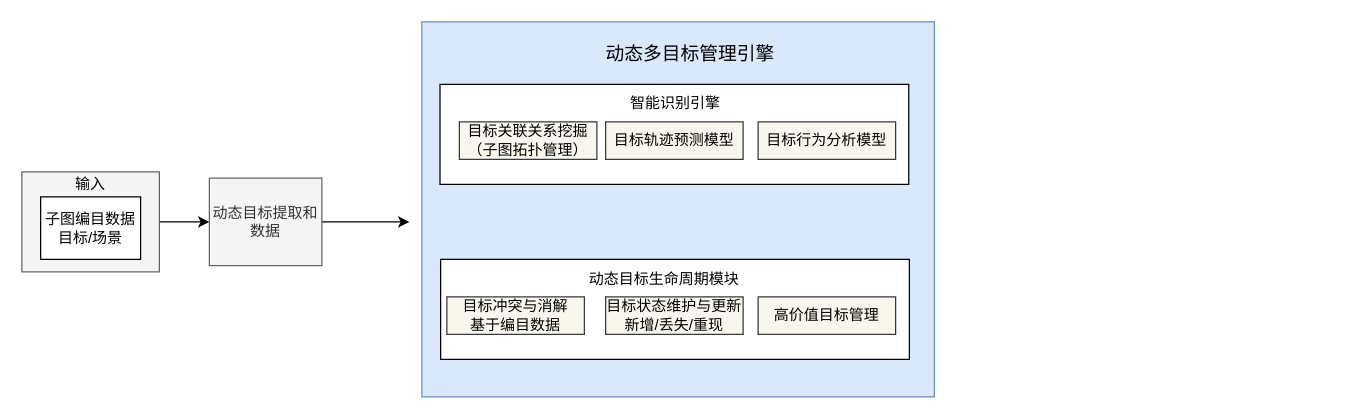
paleblackless/diagrams keeps this draw.io diagram as page "多目标管理模块" (8 of 8) of 态势感知体系图.drawio. Above is the earlier version. Source tidied: cells renumbered, new cells numbered last; positions are measured from the earlier drawing's top-left corner, leaving out a move shared by most shapes. Both pictures are drawn from the tidied source at 125%, with x=0, y=0 at pixel (21, 21).
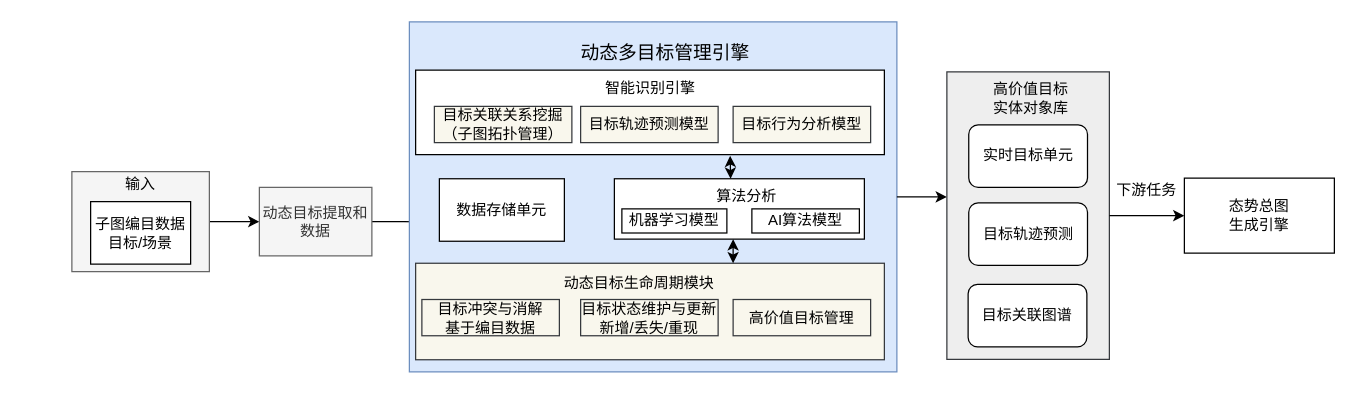
The same diagram, later.

Commit message:
更新态势感知体系图.drawio

Diff of the diagram source:
```diff
@@
     <mxCell id="3" style="rounded=0;whiteSpace=wrap;html=1;fillColor=#f5f5f5;fontColor=#333333;strokeColor=#666666;" parent="1" vertex="1">
-      <mxGeometry y="120" width="110" height="80" as="geometry" />
+      <mxGeometry x="40" y="119.8" width="110" height="80" as="geometry" />
     </mxCell>
     <mxCell id="4" value="子图编目数据&lt;br&gt;目标/场景" style="rounded=0;whiteSpace=wrap;html=1;" parent="1" vertex="1">
-      <mxGeometry x="15" y="140" width="80" height="50" as="geometry" />
+      <mxGeometry x="55" y="143.8" width="80" height="50" as="geometry" />
     </mxCell>
     <mxCell id="5" value="输入" style="text;html=1;whiteSpace=wrap;strokeColor=none;fillColor=none;align=center;verticalAlign=middle;rounded=0;" parent="1" vertex="1">
-      <mxGeometry x="25" y="115" width="60" height="30" as="geometry" />
+      <mxGeometry x="65" y="114.8" width="60" height="30" as="geometry" />
     </mxCell>
     <mxCell id="6" style="edgeStyle=orthogonalEdgeStyle;rounded=0;jettySize=auto;html=1;exitX=1;exitY=0.5;exitDx=0;exitDy=0;" parent="1" edge="1" source="7">
       <mxGeometry relative="1" as="geometry">
-        <mxPoint x="310" y="160" as="targetPoint" />
+        <mxPoint x="330" y="160" as="targetPoint" />
       </mxGeometry>
     </mxCell>
     <mxCell id="7" value="动态目标提取和数据" style="rounded=0;whiteSpace=wrap;html=1;fillColor=#f5f5f5;fontColor=#333333;strokeColor=#666666;" parent="1" vertex="1">
-      <mxGeometry x="150" y="125" width="90" height="70" as="geometry" />
+      <mxGeometry x="190" y="132.4" width="90" height="54.8" as="geometry" />
     </mxCell>
+    <mxCell id="20" style="group;" parent="1" vertex="1">
+      <mxGeometry x="310" width="390" height="280" as="geometry" />
+    </mxCell>
-    <mxCell id="8" style="rounded=0;whiteSpace=wrap;html=1;fillColor=#dae8fc;strokeColor=#6c8ebf;" parent="1" vertex="1">
-      <mxGeometry x="320" width="410" height="300" as="geometry" />
+    <mxCell id="8" style="rounded=0;whiteSpace=wrap;html=1;fillColor=#dae8fc;strokeColor=#6c8ebf;" parent="20" vertex="1">
+      <mxGeometry width="390" height="280" as="geometry" />
     </mxCell>
-    <mxCell id="9" value="&lt;font style=&quot;font-size: 15px;&quot;&gt;动态多目标管理引擎&lt;/font&gt;" style="text;html=1;whiteSpace=wrap;strokeColor=none;fillColor=none;align=center;verticalAlign=middle;rounded=0;" parent="1" vertex="1">
-      <mxGeometry x="460" y="10" width="150" height="30" as="geometry" />
+    <mxCell id="9" value="&lt;font style=&quot;font-size: 15px;&quot;&gt;动态多目标管理引擎&lt;/font&gt;" style="text;html=1;whiteSpace=wrap;strokeColor=none;fillColor=none;align=center;verticalAlign=middle;rounded=0;" parent="20" vertex="1">
+      <mxGeometry x="130" y="9.7" width="150" height="29" as="geometry" />
     </mxCell>
-    <mxCell id="10" style="rounded=0;whiteSpace=wrap;html=1;" parent="1" vertex="1">
-      <mxGeometry x="335" y="190" width="375" height="80" as="geometry" />
+    <mxCell id="10" style="rounded=0;whiteSpace=wrap;html=1;fillColor=#f9f7ed;strokeColor=#36393d;" parent="20" vertex="1">
+      <mxGeometry x="5" y="193.1" width="375" height="77.2" as="geometry" />
     </mxCell>
-    <mxCell id="11" value="目标冲突与消解&lt;br&gt;基于编目数据" style="rounded=0;whiteSpace=wrap;html=1;fillColor=#f9f7ed;strokeColor=#36393d;" parent="1" vertex="1">
-      <mxGeometry x="340" y="220" width="110" height="30" as="geometry" />
+    <mxCell id="11" value="目标冲突与消解&lt;br&gt;基于编目数据" style="rounded=0;whiteSpace=wrap;html=1;fillColor=#f9f7ed;strokeColor=#36393d;" parent="20" vertex="1">
+      <mxGeometry x="10" y="222.1" width="110" height="29" as="geometry" />
     </mxCell>
-    <mxCell id="12" value="目标状态维护与更新&lt;div&gt;新增/丢失/重现&lt;/div&gt;" style="rounded=0;whiteSpace=wrap;html=1;fillColor=#f9f7ed;strokeColor=#36393d;" parent="1" vertex="1">
-      <mxGeometry x="467" y="220" width="110" height="30" as="geometry" />
+    <mxCell id="12" value="目标状态维护与更新&lt;div&gt;新增/丢失/重现&lt;/div&gt;" style="rounded=0;whiteSpace=wrap;html=1;fillColor=#f9f7ed;strokeColor=#36393d;" parent="20" vertex="1">
+      <mxGeometry x="137" y="222.1" width="110" height="29" as="geometry" />
     </mxCell>
-    <mxCell id="13" value="高价值目标管理" style="rounded=0;whiteSpace=wrap;html=1;fillColor=#f9f7ed;strokeColor=#36393d;" parent="1" vertex="1">
-      <mxGeometry x="589" y="220" width="110" height="30" as="geometry" />
+    <mxCell id="13" value="高价值目标管理" style="rounded=0;whiteSpace=wrap;html=1;fillColor=#f9f7ed;strokeColor=#36393d;" parent="20" vertex="1">
+      <mxGeometry x="259" y="222.1" width="110" height="29" as="geometry" />
     </mxCell>
-    <mxCell id="14" value="动态目标生命周期模块" style="text;html=1;whiteSpace=wrap;strokeColor=none;fillColor=none;align=center;verticalAlign=middle;rounded=0;" parent="1" vertex="1">
-      <mxGeometry x="439" y="191" width="150" height="30" as="geometry" />
+    <mxCell id="14" value="动态目标生命周期模块" style="text;html=1;whiteSpace=wrap;strokeColor=none;fillColor=none;align=center;verticalAlign=middle;rounded=0;" parent="20" vertex="1">
+      <mxGeometry x="109" y="194.1" width="150" height="29" as="geometry" />
     </mxCell>
-    <mxCell id="15" style="rounded=0;whiteSpace=wrap;html=1;" parent="1" vertex="1">
-      <mxGeometry x="334.5" y="50" width="375" height="80" as="geometry" />
+    <mxCell id="15" style="rounded=0;whiteSpace=wrap;html=1;" parent="20" vertex="1">
+      <mxGeometry x="5" y="38.6" width="375" height="67.6" as="geometry" />
     </mxCell>
-    <mxCell id="16" value="智能识别引擎" style="text;html=1;whiteSpace=wrap;strokeColor=none;fillColor=none;align=center;verticalAlign=middle;rounded=0;" parent="1" vertex="1">
-      <mxGeometry x="447.5" y="50" width="150" height="30" as="geometry" />
+    <mxCell id="16" value="智能识别引擎" style="text;html=1;whiteSpace=wrap;strokeColor=none;fillColor=none;align=center;verticalAlign=middle;rounded=0;" parent="20" vertex="1">
+      <mxGeometry x="117.5" y="38.6" width="150" height="29" as="geometry" />
     </mxCell>
-    <mxCell id="17" value="目标关联关系挖掘&lt;div&gt;（子图拓扑管理）&lt;/div&gt;" style="rounded=0;whiteSpace=wrap;html=1;fillColor=#f9f7ed;strokeColor=#36393d;" parent="1" vertex="1">
-      <mxGeometry x="350" y="80" width="110" height="30" as="geometry" />
+    <mxCell id="17" value="目标关联关系挖掘&lt;div&gt;（子图拓扑管理）&lt;/div&gt;" style="rounded=0;whiteSpace=wrap;html=1;fillColor=#f9f7ed;strokeColor=#36393d;" parent="20" vertex="1">
+      <mxGeometry x="20" y="67.6" width="110" height="29" as="geometry" />
     </mxCell>
-    <mxCell id="18" value="目标轨迹预测模型" style="rounded=0;whiteSpace=wrap;html=1;fillColor=#f9f7ed;strokeColor=#36393d;" parent="1" vertex="1">
-      <mxGeometry x="467" y="80" width="110" height="30" as="geometry" />
+    <mxCell id="18" value="目标轨迹预测模型" style="rounded=0;whiteSpace=wrap;html=1;fillColor=#f9f7ed;strokeColor=#36393d;" parent="20" vertex="1">
+      <mxGeometry x="137" y="67.6" width="110" height="29" as="geometry" />
     </mxCell>
-    <mxCell id="19" value="目标行为分析模型" style="rounded=0;whiteSpace=wrap;html=1;fillColor=#f9f7ed;strokeColor=#36393d;" parent="1" vertex="1">
-      <mxGeometry x="589" y="80" width="110" height="30" as="geometry" />
+    <mxCell id="19" value="目标行为分析模型" style="rounded=0;whiteSpace=wrap;html=1;fillColor=#f9f7ed;strokeColor=#36393d;" parent="20" vertex="1">
+      <mxGeometry x="259" y="67.6" width="110" height="29" as="geometry" />
     </mxCell>
+    <mxCell id="21" style="group;" parent="20" vertex="1">
+      <mxGeometry x="164" y="125.5" width="200" height="48.3" as="geometry" />
+    </mxCell>
+    <mxCell id="22" style="rounded=0;whiteSpace=wrap;html=1;" parent="21" vertex="1">
+      <mxGeometry width="200" height="48.3" as="geometry" />
+    </mxCell>
+    <mxCell id="23" value="AI算法模型" style="rounded=0;whiteSpace=wrap;html=1;" parent="21" vertex="1">
+      <mxGeometry x="110" y="24.1" width="86" height="19.3" as="geometry" />
+    </mxCell>
+    <mxCell id="24" value="机器学习模型" style="rounded=0;whiteSpace=wrap;html=1;" parent="21" vertex="1">
+      <mxGeometry x="6" y="24.1" width="84" height="19.3" as="geometry" />
+    </mxCell>
+    <mxCell id="25" value="算法分析" style="text;html=1;whiteSpace=wrap;strokeColor=none;fillColor=none;align=center;verticalAlign=middle;rounded=0;" parent="21" vertex="1">
+      <mxGeometry x="76" width="60" height="29" as="geometry" />
+    </mxCell>
+    <mxCell id="26" style="endArrow=classic;startArrow=classic;html=1;rounded=0;" parent="20" edge="1">
+      <mxGeometry relative="1" as="geometry">
+        <mxPoint x="259" y="193.1" as="sourcePoint" />
+        <mxPoint x="259" y="173.8" as="targetPoint" />
+      </mxGeometry>
+    </mxCell>
+    <mxCell id="27" style="endArrow=classic;startArrow=classic;html=1;rounded=0;entryX=0.671;entryY=1.014;entryDx=0;entryDy=0;entryPerimeter=0;" parent="20" edge="1" target="15">
+      <mxGeometry relative="1" as="geometry">
+        <mxPoint x="257" y="125.5" as="sourcePoint" />
+      </mxGeometry>
+    </mxCell>
+    <mxCell id="28" value="数据存储单元" style="rounded=0;whiteSpace=wrap;html=1;" parent="20" vertex="1">
+      <mxGeometry x="24" y="125.5" width="100" height="50" as="geometry" />
+    </mxCell>
+    <mxCell id="29" style="edgeStyle=orthogonalEdgeStyle;rounded=0;jettySize=auto;html=1;entryX=0;entryY=0.5;entryDx=0;entryDy=0;" parent="1" edge="1" source="8">
+      <mxGeometry relative="1" as="geometry">
+        <mxPoint x="740" y="140" as="targetPoint" />
+      </mxGeometry>
+    </mxCell>
+    <mxCell id="30" style="group;" parent="1" vertex="1">
+      <mxGeometry x="740" y="40" width="130" height="230" as="geometry" />
+    </mxCell>
+    <mxCell id="31" style="rounded=0;whiteSpace=wrap;html=1;fillColor=#eeeeee;strokeColor=#36393d;" parent="30" vertex="1">
+      <mxGeometry width="130" height="230" as="geometry" />
+    </mxCell>
+    <mxCell id="32" value="实时目标单元" style="rounded=1;whiteSpace=wrap;html=1;" parent="30" vertex="1">
+      <mxGeometry x="17.5" y="42.4" width="95" height="50" as="geometry" />
+    </mxCell>
+    <mxCell id="33" value="目标关联图谱" style="rounded=1;whiteSpace=wrap;html=1;" parent="30" vertex="1">
+      <mxGeometry x="17" y="170" width="95" height="50" as="geometry" />
+    </mxCell>
+    <mxCell id="34" value="目标轨迹预测" style="rounded=1;whiteSpace=wrap;html=1;" parent="30" vertex="1">
+      <mxGeometry x="17.5" y="104.8" width="95" height="50" as="geometry" />
+    </mxCell>
+    <mxCell id="35" value="高价值目标实体对象库" style="text;html=1;whiteSpace=wrap;strokeColor=none;fillColor=none;align=center;verticalAlign=middle;rounded=0;" parent="30" vertex="1">
+      <mxGeometry x="36.2" y="6.4" width="62.5" height="30" as="geometry" />
+    </mxCell>
+    <mxCell id="36" value="态势总图&lt;div&gt;生成引擎&lt;/div&gt;" style="rounded=0;whiteSpace=wrap;html=1;" parent="1" vertex="1">
+      <mxGeometry x="930" y="125" width="120" height="60" as="geometry" />
+    </mxCell>
+    <mxCell id="37" style="edgeStyle=orthogonalEdgeStyle;rounded=0;jettySize=auto;html=1;exitX=1;exitY=0.5;exitDx=0;exitDy=0;entryX=0;entryY=0.5;entryDx=0;entryDy=0;" parent="1" edge="1" source="31" target="36">
+      <mxGeometry relative="1" as="geometry" />
+    </mxCell>
+    <mxCell id="38" value="下游任务" style="text;html=1;whiteSpace=wrap;strokeColor=none;fillColor=none;align=center;verticalAlign=middle;rounded=0;" parent="1" vertex="1">
+      <mxGeometry x="870" y="119.8" width="60" height="30" as="geometry" />
+    </mxCell>
```
